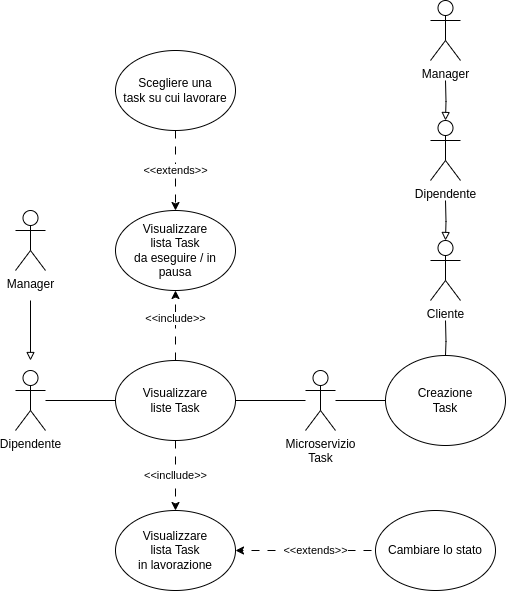
The draw.io diagram second-deliverable/images/UCD/RF9_task_UCD.png in IS-FixMi/Documentation-Source, before a commit. Source tidied: cells renumbered, new cells last; positions are measured from the earlier drawing's top-left corner, leaving out a move shared by most shapes.
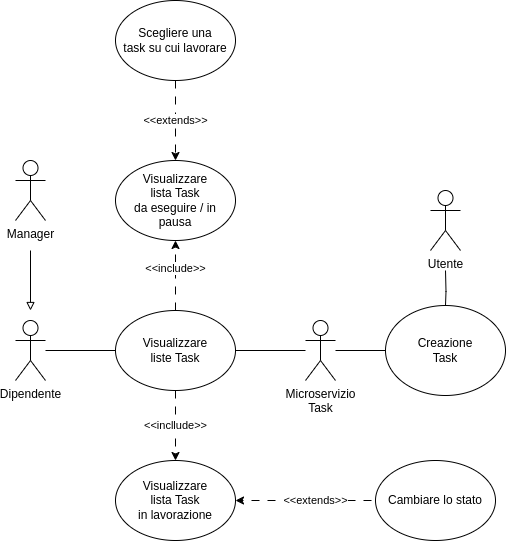
After the commit.

Diff of the diagram source:
```diff
@@ -31,22 +31,6 @@
     <mxCell id="9" value="Visualizzare&lt;br&gt;lista Task&lt;br&gt;da eseguire / in pausa" style="ellipse;whiteSpace=wrap;html=1;" parent="1" vertex="1">
       <mxGeometry x="100" y="210" width="120" height="80" as="geometry" />
     </mxCell>
-    <mxCell id="10" style="edgeStyle=orthogonalEdgeStyle;rounded=0;jettySize=auto;html=1;endArrow=block;endFill=0;" parent="1" edge="1" target="24">
-      <mxGeometry relative="1" as="geometry">
-        <mxPoint x="430" y="200" as="sourcePoint" />
-      </mxGeometry>
-    </mxCell>
-    <mxCell id="11" value="Dipendente" style="shape=umlActor;verticalLabelPosition=bottom;verticalAlign=top;html=1;outlineConnect=0;" parent="1" vertex="1">
-      <mxGeometry x="415" y="120" width="30" height="60" as="geometry" />
-    </mxCell>
-    <mxCell id="12" style="edgeStyle=orthogonalEdgeStyle;rounded=0;jettySize=auto;html=1;endArrow=block;endFill=0;" parent="1" edge="1" target="11">
-      <mxGeometry relative="1" as="geometry">
-        <mxPoint x="430" y="80" as="sourcePoint" />
-      </mxGeometry>
-    </mxCell>
-    <mxCell id="13" value="Manager" style="shape=umlActor;verticalLabelPosition=bottom;verticalAlign=top;html=1;" parent="1" vertex="1">
-      <mxGeometry x="415" width="30" height="60" as="geometry" />
-    </mxCell>
     <mxCell id="14" style="rounded=0;jettySize=auto;html=1;entryX=0;entryY=0.5;entryDx=0;entryDy=0;endArrow=none;endFill=0;" parent="1" edge="1" source="3" target="2">
       <mxGeometry relative="1" as="geometry" />
     </mxCell>
@@ -81,7 +65,7 @@
     <mxCell id="23" value="Visualizzare&lt;br&gt;liste Task" style="ellipse;whiteSpace=wrap;html=1;" parent="1" vertex="1">
       <mxGeometry x="100" y="360" width="120" height="80" as="geometry" />
     </mxCell>
-    <mxCell id="24" value="Cliente" style="shape=umlActor;verticalLabelPosition=bottom;verticalAlign=top;html=1;outlineConnect=0;" parent="1" vertex="1">
+    <mxCell id="24" value="Utente" style="shape=umlActor;verticalLabelPosition=bottom;verticalAlign=top;html=1;outlineConnect=0;" parent="1" vertex="1">
       <mxGeometry x="415" y="240" width="30" height="60" as="geometry" />
     </mxCell>
   </root>
```
